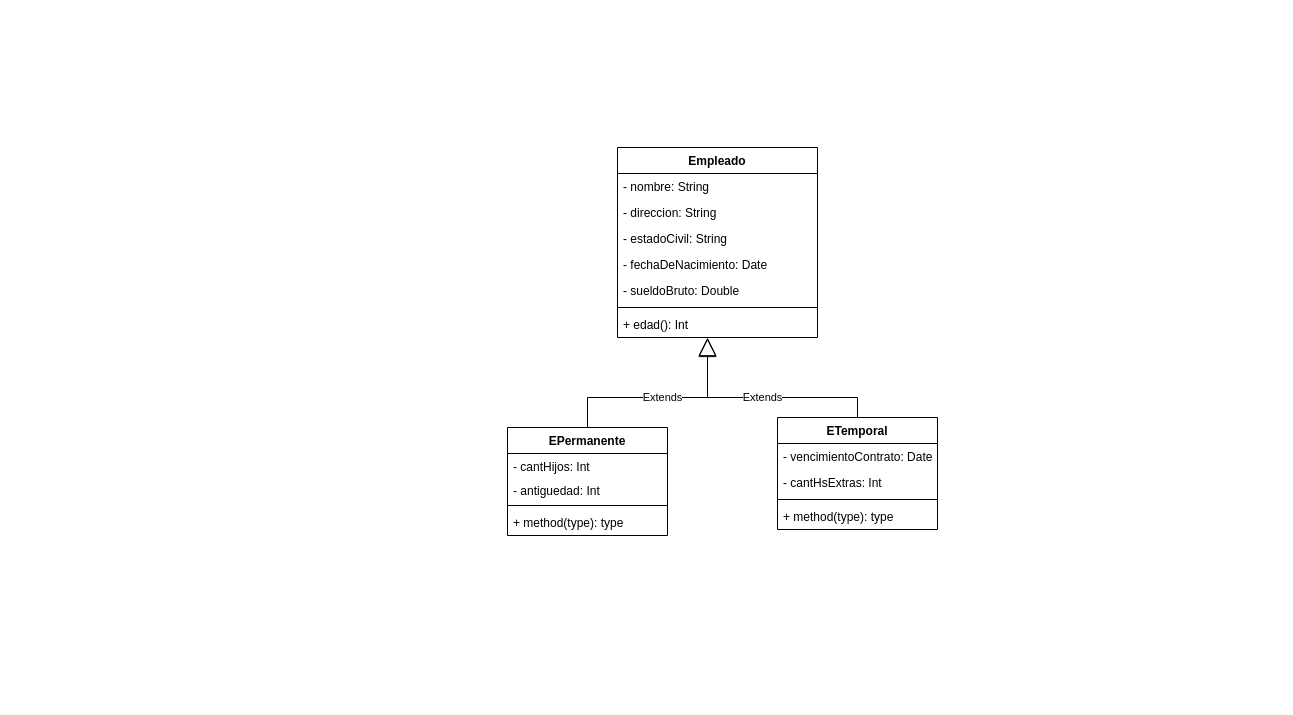
This is tp-02.drawio from tomasmendoza-unq/objetos2, a draw.io file, before an edit. Source tidied: cells renumbered, new cells numbered last; positions are measured from the earlier drawing's top-left corner, leaving out a move shared by most shapes. Both pictures are drawn from the tidied source at 100%, with x=0, y=0 at pixel (507, 147).
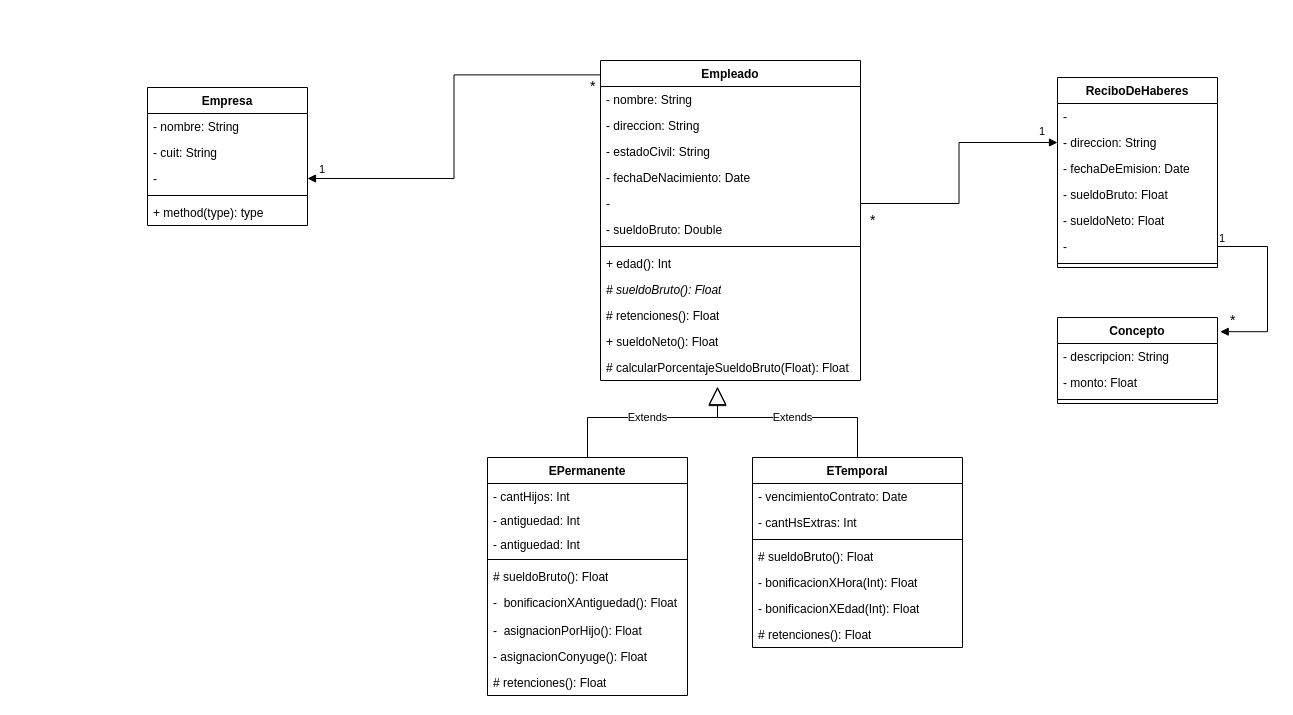
After the change.

Diff of the diagram source:
```diff
@@
     <mxCell id="2" value="Empleado" style="swimlane;fontStyle=1;align=center;verticalAlign=top;horizontal=1;startSize=26;whiteSpace=wrap;html=1;" parent="1" vertex="1">
-      <mxGeometry x="110" width="200" height="190" as="geometry" />
+      <mxGeometry x="93" y="-87" width="260" height="320" as="geometry" />
     </mxCell>
     <mxCell id="3" value="- nombre: String" style="text;strokeColor=none;fillColor=none;align=left;verticalAlign=top;spacingLeft=4;spacingRight=4;overflow=hidden;whiteSpace=wrap;html=1;" parent="2" vertex="1">
-      <mxGeometry y="26" width="200" height="26" as="geometry" />
+      <mxGeometry y="26" width="260" height="26" as="geometry" />
     </mxCell>
     <mxCell id="4" value="- direccion: String" style="text;strokeColor=none;fillColor=none;align=left;verticalAlign=top;spacingLeft=4;spacingRight=4;overflow=hidden;whiteSpace=wrap;html=1;" parent="2" vertex="1">
-      <mxGeometry y="52" width="200" height="26" as="geometry" />
+      <mxGeometry y="52" width="260" height="26" as="geometry" />
     </mxCell>
     <mxCell id="5" value="- estadoCivil: String" style="text;strokeColor=none;fillColor=none;align=left;verticalAlign=top;spacingLeft=4;spacingRight=4;overflow=hidden;whiteSpace=wrap;html=1;" parent="2" vertex="1">
-      <mxGeometry y="78" width="200" height="26" as="geometry" />
+      <mxGeometry y="78" width="260" height="26" as="geometry" />
     </mxCell>
     <mxCell id="6" value="- fechaDeNacimiento: Date" style="text;strokeColor=none;fillColor=none;align=left;verticalAlign=top;spacingLeft=4;spacingRight=4;overflow=hidden;whiteSpace=wrap;html=1;" parent="2" vertex="1">
-      <mxGeometry y="104" width="200" height="26" as="geometry" />
+      <mxGeometry y="104" width="260" height="26" as="geometry" />
     </mxCell>
-    <mxCell id="7" value="- sueldoBruto: Double" style="text;strokeColor=none;fillColor=none;align=left;verticalAlign=top;spacingLeft=4;spacingRight=4;overflow=hidden;points=[[0,0.5],[1,0.5]];portConstraint=eastwest;whiteSpace=wrap;html=1;" parent="2" vertex="1">
-      <mxGeometry y="130" width="200" height="26" as="geometry" />
+    <mxCell id="7" value="-" style="text;strokeColor=none;fillColor=none;align=left;verticalAlign=top;spacingLeft=4;spacingRight=4;overflow=hidden;points=[[0,0.5],[1,0.5]];portConstraint=eastwest;whiteSpace=wrap;html=1;" parent="2" vertex="1">
+      <mxGeometry y="130" width="260" height="26" as="geometry" />
     </mxCell>
+    <mxCell id="22" value="- sueldoBruto: Double" style="text;strokeColor=none;fillColor=none;align=left;verticalAlign=top;spacingLeft=4;spacingRight=4;overflow=hidden;whiteSpace=wrap;html=1;" parent="2" vertex="1">
+      <mxGeometry y="156" width="260" height="26" as="geometry" />
+    </mxCell>
     <mxCell id="8" style="line;strokeWidth=1;fillColor=none;align=left;verticalAlign=middle;spacingTop=-1;spacingLeft=3;spacingRight=3;labelPosition=right;strokeColor=inherit;" parent="2" vertex="1">
-      <mxGeometry y="156" width="200" height="8" as="geometry" />
+      <mxGeometry y="182" width="260" height="8" as="geometry" />
     </mxCell>
     <mxCell id="9" value="+ edad(): Int" style="text;strokeColor=none;fillColor=none;align=left;verticalAlign=top;spacingLeft=4;spacingRight=4;overflow=hidden;points=[[0,0.5],[1,0.5]];portConstraint=eastwest;whiteSpace=wrap;html=1;" parent="2" vertex="1">
-      <mxGeometry y="164" width="200" height="26" as="geometry" />
+      <mxGeometry y="190" width="260" height="26" as="geometry" />
     </mxCell>
+    <mxCell id="23" value="&lt;i&gt;# sueldoBruto(): Float&lt;/i&gt;" style="text;strokeColor=none;fillColor=none;align=left;verticalAlign=top;spacingLeft=4;spacingRight=4;overflow=hidden;whiteSpace=wrap;html=1;" parent="2" vertex="1">
+      <mxGeometry y="216" width="260" height="26" as="geometry" />
+    </mxCell>
+    <mxCell id="24" value="# retenciones(): Float" style="text;strokeColor=none;fillColor=none;align=left;verticalAlign=top;spacingLeft=4;spacingRight=4;overflow=hidden;whiteSpace=wrap;html=1;" parent="2" vertex="1">
+      <mxGeometry y="242" width="260" height="26" as="geometry" />
+    </mxCell>
+    <mxCell id="25" value="+ sueldoNeto(): Float" style="text;strokeColor=none;fillColor=none;align=left;verticalAlign=top;spacingLeft=4;spacingRight=4;overflow=hidden;whiteSpace=wrap;html=1;" parent="2" vertex="1">
+      <mxGeometry y="268" width="260" height="26" as="geometry" />
+    </mxCell>
+    <mxCell id="26" value="# calcularPorcentajeSueldoBruto(Float): Float" style="text;strokeColor=none;fillColor=none;align=left;verticalAlign=top;spacingLeft=4;spacingRight=4;overflow=hidden;points=[[0,0.5],[1,0.5]];portConstraint=eastwest;whiteSpace=wrap;html=1;" parent="2" vertex="1">
+      <mxGeometry y="294" width="260" height="26" as="geometry" />
+    </mxCell>
     <mxCell id="10" value="ETemporal" style="swimlane;fontStyle=1;align=center;verticalAlign=top;horizontal=1;startSize=26;whiteSpace=wrap;html=1;" parent="1" vertex="1">
-      <mxGeometry x="270" y="270" width="160" height="112" as="geometry" />
+      <mxGeometry x="245" y="310" width="210" height="190" as="geometry" />
     </mxCell>
     <mxCell id="11" value="- vencimientoContrato: Date" style="text;strokeColor=none;fillColor=none;align=left;verticalAlign=top;spacingLeft=4;spacingRight=4;overflow=hidden;whiteSpace=wrap;html=1;" parent="10" vertex="1">
-      <mxGeometry y="26" width="160" height="26" as="geometry" />
+      <mxGeometry y="26" width="210" height="26" as="geometry" />
     </mxCell>
     <mxCell id="12" value="- cantHsExtras: Int" style="text;strokeColor=none;fillColor=none;align=left;verticalAlign=top;spacingLeft=4;spacingRight=4;overflow=hidden;whiteSpace=wrap;html=1;" parent="10" vertex="1">
-      <mxGeometry y="52" width="160" height="26" as="geometry" />
+      <mxGeometry y="52" width="210" height="26" as="geometry" />
     </mxCell>
     <mxCell id="13" style="line;strokeWidth=1;fillColor=none;align=left;verticalAlign=middle;spacingTop=-1;spacingLeft=3;spacingRight=3;labelPosition=right;strokeColor=inherit;" parent="10" vertex="1">
-      <mxGeometry y="78" width="160" height="8" as="geometry" />
+      <mxGeometry y="78" width="210" height="8" as="geometry" />
     </mxCell>
-    <mxCell id="14" value="+ method(type): type" style="text;strokeColor=none;fillColor=none;align=left;verticalAlign=top;spacingLeft=4;spacingRight=4;overflow=hidden;whiteSpace=wrap;html=1;" parent="10" vertex="1">
-      <mxGeometry y="86" width="160" height="26" as="geometry" />
+    <mxCell id="14" value="# sueldoBruto(): Float" style="text;strokeColor=none;fillColor=none;align=left;verticalAlign=top;spacingLeft=4;spacingRight=4;overflow=hidden;whiteSpace=wrap;html=1;" parent="10" vertex="1">
+      <mxGeometry y="86" width="210" height="26" as="geometry" />
     </mxCell>
+    <mxCell id="27" value="- bonificacionXHora(Int): Float" style="text;strokeColor=none;fillColor=none;align=left;verticalAlign=top;spacingLeft=4;spacingRight=4;overflow=hidden;whiteSpace=wrap;html=1;" parent="10" vertex="1">
+      <mxGeometry y="112" width="210" height="26" as="geometry" />
+    </mxCell>
+    <mxCell id="28" value="- bonificacionXEdad(Int): Float" style="text;strokeColor=none;fillColor=none;align=left;verticalAlign=top;spacingLeft=4;spacingRight=4;overflow=hidden;whiteSpace=wrap;html=1;" parent="10" vertex="1">
+      <mxGeometry y="138" width="210" height="26" as="geometry" />
+    </mxCell>
+    <mxCell id="29" value="# retenciones(): Float" style="text;strokeColor=none;fillColor=none;align=left;verticalAlign=top;spacingLeft=4;spacingRight=4;overflow=hidden;whiteSpace=wrap;html=1;" parent="10" vertex="1">
+      <mxGeometry y="164" width="210" height="26" as="geometry" />
+    </mxCell>
     <mxCell id="15" value="EPermanente" style="swimlane;fontStyle=1;align=center;verticalAlign=top;horizontal=1;startSize=26;whiteSpace=wrap;html=1;" parent="1" vertex="1">
-      <mxGeometry y="280" width="160" height="108" as="geometry" />
+      <mxGeometry x="-20" y="310" width="200" height="238" as="geometry" />
     </mxCell>
     <mxCell id="16" value="- cantHijos: Int" style="text;strokeColor=none;fillColor=none;align=left;verticalAlign=top;spacingLeft=4;spacingRight=4;overflow=hidden;whiteSpace=wrap;html=1;" parent="15" vertex="1">
-      <mxGeometry y="26" width="160" height="24" as="geometry" />
+      <mxGeometry y="26" width="200" height="24" as="geometry" />
     </mxCell>
+    <mxCell id="30" value="- antiguedad: Int" style="text;strokeColor=none;fillColor=none;align=left;verticalAlign=top;spacingLeft=4;spacingRight=4;overflow=hidden;whiteSpace=wrap;html=1;" parent="15" vertex="1">
+      <mxGeometry y="50" width="200" height="24" as="geometry" />
+    </mxCell>
     <mxCell id="17" value="- antiguedad: Int" style="text;strokeColor=none;fillColor=none;align=left;verticalAlign=top;spacingLeft=4;spacingRight=4;overflow=hidden;whiteSpace=wrap;html=1;" parent="15" vertex="1">
-      <mxGeometry y="50" width="160" height="24" as="geometry" />
+      <mxGeometry y="74" width="200" height="24" as="geometry" />
     </mxCell>
     <mxCell id="18" style="line;strokeWidth=1;fillColor=none;align=left;verticalAlign=middle;spacingTop=-1;spacingLeft=3;spacingRight=3;labelPosition=right;strokeColor=inherit;" parent="15" vertex="1">
-      <mxGeometry y="74" width="160" height="8" as="geometry" />
+      <mxGeometry y="98" width="200" height="8" as="geometry" />
     </mxCell>
+    <mxCell id="31" value="# sueldoBruto(): Float" style="text;strokeColor=none;fillColor=none;align=left;verticalAlign=top;spacingLeft=4;spacingRight=4;overflow=hidden;whiteSpace=wrap;html=1;" parent="15" vertex="1">
+      <mxGeometry y="106" width="200" height="26" as="geometry" />
+    </mxCell>
+    <mxCell id="32" value="-&amp;nbsp; bonificacionXAntiguedad(): Float" style="text;strokeColor=none;fillColor=none;align=left;verticalAlign=top;spacingLeft=4;spacingRight=4;overflow=hidden;whiteSpace=wrap;html=1;" parent="15" vertex="1">
+      <mxGeometry y="132" width="200" height="28" as="geometry" />
+    </mxCell>
+    <mxCell id="33" value="-&amp;nbsp; asignacionPorHijo(): Float" style="text;strokeColor=none;fillColor=none;align=left;verticalAlign=top;spacingLeft=4;spacingRight=4;overflow=hidden;whiteSpace=wrap;html=1;" parent="15" vertex="1">
+      <mxGeometry y="160" width="200" height="26" as="geometry" />
+    </mxCell>
+    <mxCell id="34" value="- asignacionConyuge(): Float" style="text;strokeColor=none;fillColor=none;align=left;verticalAlign=top;spacingLeft=4;spacingRight=4;overflow=hidden;whiteSpace=wrap;html=1;" parent="15" vertex="1">
+      <mxGeometry y="186" width="200" height="26" as="geometry" />
+    </mxCell>
-    <mxCell id="19" value="+ method(type): type" style="text;strokeColor=none;fillColor=none;align=left;verticalAlign=top;spacingLeft=4;spacingRight=4;overflow=hidden;whiteSpace=wrap;html=1;" parent="15" vertex="1">
-      <mxGeometry y="82" width="160" height="26" as="geometry" />
+    <mxCell id="19" value="# retenciones(): Float" style="text;strokeColor=none;fillColor=none;align=left;verticalAlign=top;spacingLeft=4;spacingRight=4;overflow=hidden;whiteSpace=wrap;html=1;" parent="15" vertex="1">
+      <mxGeometry y="212" width="200" height="26" as="geometry" />
     </mxCell>
-    <mxCell id="20" value="Extends" style="endArrow=block;endSize=16;endFill=0;html=1;rounded=0;exitX=0.5;exitY=0;exitDx=0;exitDy=0;entryX=0.45;entryY=1.038;entryDx=0;entryDy=0;entryPerimeter=0;" parent="1" edge="1" source="10" target="9">
+    <mxCell id="20" value="Extends" style="endArrow=block;endSize=16;endFill=0;html=1;rounded=0;exitX=0.5;exitY=0;exitDx=0;exitDy=0;" parent="1" edge="1" source="10">
       <mxGeometry relative="1" as="geometry">
+        <mxPoint x="210" y="240" as="targetPoint" />
         <Array as="points">
-          <mxPoint x="350" y="250" />
-          <mxPoint x="200" y="250" />
+          <mxPoint x="350" y="270" />
+          <mxPoint x="210" y="270" />
         </Array>
       </mxGeometry>
     </mxCell>
-    <mxCell id="21" value="Extends" style="endArrow=block;endSize=16;endFill=0;html=1;rounded=0;exitX=0.5;exitY=0;exitDx=0;exitDy=0;" parent="1" edge="1" source="15">
+    <mxCell id="21" value="Extends" style="endArrow=block;endSize=16;endFill=0;html=1;rounded=0;exitX=0.5;exitY=0;exitDx=0;exitDy=0;entryX=0.45;entryY=1.231;entryDx=0;entryDy=0;entryPerimeter=0;" parent="1" edge="1" source="15" target="26">
       <mxGeometry relative="1" as="geometry">
-        <mxPoint x="200" y="190" as="targetPoint" />
         <Array as="points">
-          <mxPoint x="80" y="250" />
-          <mxPoint x="200" y="250" />
+          <mxPoint x="80" y="270" />
+          <mxPoint x="210" y="270" />
         </Array>
       </mxGeometry>
     </mxCell>
+    <mxCell id="35" value="Empresa" style="swimlane;fontStyle=1;align=center;verticalAlign=top;horizontal=1;startSize=26;whiteSpace=wrap;html=1;" parent="1" vertex="1">
+      <mxGeometry x="-360" y="-60" width="160" height="138" as="geometry" />
+    </mxCell>
+    <mxCell id="36" value="- nombre: String" style="text;strokeColor=none;fillColor=none;align=left;verticalAlign=top;spacingLeft=4;spacingRight=4;overflow=hidden;whiteSpace=wrap;html=1;" parent="35" vertex="1">
+      <mxGeometry y="26" width="160" height="26" as="geometry" />
+    </mxCell>
+    <mxCell id="37" value="- cuit: String" style="text;strokeColor=none;fillColor=none;align=left;verticalAlign=top;spacingLeft=4;spacingRight=4;overflow=hidden;whiteSpace=wrap;html=1;" parent="35" vertex="1">
+      <mxGeometry y="52" width="160" height="26" as="geometry" />
+    </mxCell>
+    <mxCell id="38" value="-&amp;nbsp;" style="text;strokeColor=none;fillColor=none;align=left;verticalAlign=top;spacingLeft=4;spacingRight=4;overflow=hidden;points=[[0,0.5],[1,0.5]];portConstraint=eastwest;whiteSpace=wrap;html=1;" parent="35" vertex="1">
+      <mxGeometry y="78" width="160" height="26" as="geometry" />
+    </mxCell>
+    <mxCell id="39" style="line;strokeWidth=1;fillColor=none;align=left;verticalAlign=middle;spacingTop=-1;spacingLeft=3;spacingRight=3;labelPosition=right;strokeColor=inherit;" parent="35" vertex="1">
+      <mxGeometry y="104" width="160" height="8" as="geometry" />
+    </mxCell>
+    <mxCell id="40" value="+ method(type): type" style="text;strokeColor=none;fillColor=none;align=left;verticalAlign=top;spacingLeft=4;spacingRight=4;overflow=hidden;whiteSpace=wrap;html=1;" parent="35" vertex="1">
+      <mxGeometry y="112" width="160" height="26" as="geometry" />
+    </mxCell>
+    <mxCell id="41" style="endArrow=block;endFill=1;html=1;edgeStyle=orthogonalEdgeStyle;align=left;verticalAlign=top;rounded=0;exitX=-0.001;exitY=0.045;exitDx=0;exitDy=0;entryX=1;entryY=0.5;entryDx=0;entryDy=0;exitPerimeter=0;" parent="1" edge="1" source="2" target="38">
+      <mxGeometry x="-1" relative="1" as="geometry" />
+    </mxCell>
+    <mxCell id="42" value="1" style="edgeLabel;html=1;align=left;verticalAlign=bottom;" parent="41" vertex="1">
+      <mxGeometry x="-1" relative="1" as="geometry">
+        <mxPoint x="-283" y="103" as="offset" />
+      </mxGeometry>
+    </mxCell>
+    <mxCell id="43" value="&lt;font style=&quot;font-size: 14px;&quot;&gt;*&lt;/font&gt;" style="edgeLabel;html=1;align=left;verticalAlign=bottom;" parent="1" vertex="1">
+      <mxGeometry x="-171" y="-40" as="geometry">
+        <mxPoint x="252" y="-11" as="offset" />
+      </mxGeometry>
+    </mxCell>
+    <mxCell id="44" value="ReciboDeHaberes" style="swimlane;fontStyle=1;align=center;verticalAlign=top;horizontal=1;startSize=26;whiteSpace=wrap;html=1;" parent="1" vertex="1">
+      <mxGeometry x="550" y="-70" width="160" height="190" as="geometry" />
+    </mxCell>
+    <mxCell id="45" value="-" style="text;strokeColor=none;fillColor=none;align=left;verticalAlign=top;spacingLeft=4;spacingRight=4;overflow=hidden;whiteSpace=wrap;html=1;" parent="44" vertex="1">
+      <mxGeometry y="26" width="160" height="26" as="geometry" />
+    </mxCell>
+    <mxCell id="46" value="- direccion: String" style="text;strokeColor=none;fillColor=none;align=left;verticalAlign=top;spacingLeft=4;spacingRight=4;overflow=hidden;points=[[0,0.5],[1,0.5]];portConstraint=eastwest;whiteSpace=wrap;html=1;" parent="44" vertex="1">
+      <mxGeometry y="52" width="160" height="26" as="geometry" />
+    </mxCell>
+    <mxCell id="47" value="- fechaDeEmision: Date" style="text;strokeColor=none;fillColor=none;align=left;verticalAlign=top;spacingLeft=4;spacingRight=4;overflow=hidden;whiteSpace=wrap;html=1;" parent="44" vertex="1">
+      <mxGeometry y="78" width="160" height="26" as="geometry" />
+    </mxCell>
+    <mxCell id="48" value="- sueldoBruto: Float" style="text;strokeColor=none;fillColor=none;align=left;verticalAlign=top;spacingLeft=4;spacingRight=4;overflow=hidden;whiteSpace=wrap;html=1;" parent="44" vertex="1">
+      <mxGeometry y="104" width="160" height="26" as="geometry" />
+    </mxCell>
+    <mxCell id="49" value="- sueldoNeto: Float" style="text;strokeColor=none;fillColor=none;align=left;verticalAlign=top;spacingLeft=4;spacingRight=4;overflow=hidden;whiteSpace=wrap;html=1;" parent="44" vertex="1">
+      <mxGeometry y="130" width="160" height="26" as="geometry" />
+    </mxCell>
+    <mxCell id="50" value="-&amp;nbsp;" style="text;strokeColor=none;fillColor=none;align=left;verticalAlign=top;spacingLeft=4;spacingRight=4;overflow=hidden;points=[[0,0.5],[1,0.5]];portConstraint=eastwest;whiteSpace=wrap;html=1;" parent="44" vertex="1">
+      <mxGeometry y="156" width="160" height="26" as="geometry" />
+    </mxCell>
+    <mxCell id="51" style="line;strokeWidth=1;fillColor=none;align=left;verticalAlign=middle;spacingTop=-1;spacingLeft=3;spacingRight=3;labelPosition=right;strokeColor=inherit;" parent="44" vertex="1">
+      <mxGeometry y="182" width="160" height="8" as="geometry" />
+    </mxCell>
+    <mxCell id="52" style="endArrow=block;endFill=1;html=1;edgeStyle=orthogonalEdgeStyle;align=left;verticalAlign=top;rounded=0;exitX=1;exitY=0.5;exitDx=0;exitDy=0;entryX=0;entryY=0.5;entryDx=0;entryDy=0;" parent="1" edge="1" source="7" target="46">
+      <mxGeometry x="-1" relative="1" as="geometry" />
+    </mxCell>
+    <mxCell id="53" value="1" style="edgeLabel;html=1;align=left;verticalAlign=bottom;" parent="52" vertex="1">
+      <mxGeometry x="-1" relative="1" as="geometry">
+        <mxPoint x="177" y="-64" as="offset" />
+      </mxGeometry>
+    </mxCell>
+    <mxCell id="54" value="&lt;font style=&quot;font-size: 14px;&quot;&gt;*&lt;/font&gt;" style="edgeLabel;html=1;align=left;verticalAlign=bottom;" parent="1" vertex="1">
+      <mxGeometry x="-490" y="-130" as="geometry">
+        <mxPoint x="851" y="213" as="offset" />
+      </mxGeometry>
+    </mxCell>
+    <mxCell id="55" value="Concepto" style="swimlane;fontStyle=1;align=center;verticalAlign=top;horizontal=1;startSize=26;whiteSpace=wrap;html=1;" parent="1" vertex="1">
+      <mxGeometry x="550" y="170" width="160" height="86" as="geometry" />
+    </mxCell>
+    <mxCell id="56" value="- descripcion: String&amp;nbsp;" style="text;strokeColor=none;fillColor=none;align=left;verticalAlign=top;spacingLeft=4;spacingRight=4;overflow=hidden;whiteSpace=wrap;html=1;" parent="55" vertex="1">
+      <mxGeometry y="26" width="160" height="26" as="geometry" />
+    </mxCell>
+    <mxCell id="57" value="- monto: Float" style="text;strokeColor=none;fillColor=none;align=left;verticalAlign=top;spacingLeft=4;spacingRight=4;overflow=hidden;whiteSpace=wrap;html=1;" parent="55" vertex="1">
+      <mxGeometry y="52" width="160" height="26" as="geometry" />
+    </mxCell>
+    <mxCell id="58" style="line;strokeWidth=1;fillColor=none;align=left;verticalAlign=middle;spacingTop=-1;spacingLeft=3;spacingRight=3;labelPosition=right;strokeColor=inherit;" parent="55" vertex="1">
+      <mxGeometry y="78" width="160" height="8" as="geometry" />
+    </mxCell>
+    <mxCell id="59" style="endArrow=block;endFill=1;html=1;edgeStyle=orthogonalEdgeStyle;align=left;verticalAlign=top;rounded=0;exitX=1;exitY=0.5;exitDx=0;exitDy=0;entryX=1.017;entryY=0.165;entryDx=0;entryDy=0;entryPerimeter=0;" parent="1" edge="1" source="50" target="55">
+      <mxGeometry x="-1" relative="1" as="geometry">
+        <Array as="points">
+          <mxPoint x="760" y="99" />
+          <mxPoint x="760" y="184" />
+        </Array>
+      </mxGeometry>
+    </mxCell>
+    <mxCell id="60" value="1" style="edgeLabel;html=1;align=left;verticalAlign=bottom;" parent="59" vertex="1">
+      <mxGeometry x="-1" relative="1" as="geometry" />
+    </mxCell>
+    <mxCell id="61" value="&lt;font style=&quot;font-size: 14px;&quot;&gt;*&lt;/font&gt;" style="edgeLabel;html=1;align=left;verticalAlign=bottom;" parent="1" vertex="1">
+      <mxGeometry x="-130" y="-30" as="geometry">
+        <mxPoint x="851" y="213" as="offset" />
+      </mxGeometry>
+    </mxCell>
```
